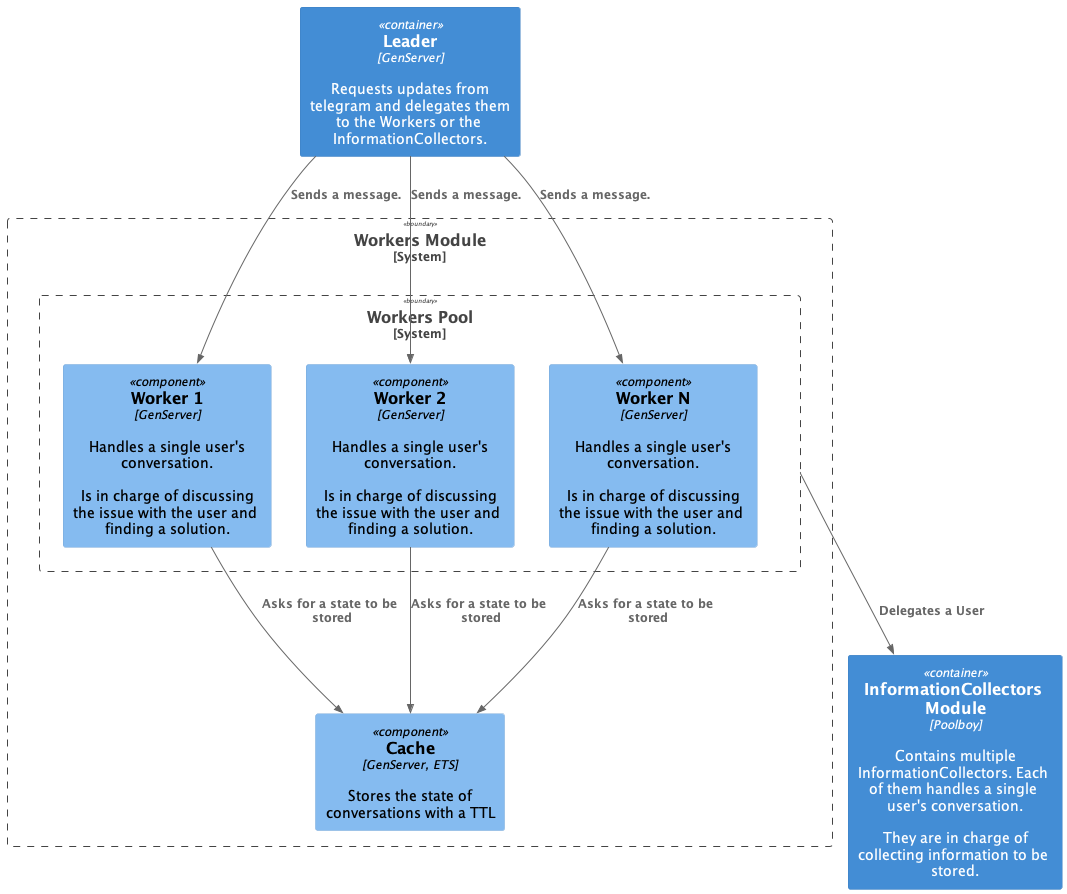
Earlier version of the PlantUML export doc/ComponentWorker.png (TsolidarioFG/2024-Ecos-do-Sur). Source of this version:
```plantuml
@startuml ComponentWorker
!include <C4/C4_Component>
Container(Leader, "Leader", "GenServer", "Requests updates from telegram and delegates them to the Workers or the InformationCollectors.")
System_Boundary(boundary, "Workers Module") {
    System_Boundary(workers, "Workers Pool") {
    Component(worker1, "Worker 1", "GenServer", "Handles a single user's conversation.\n\n Is in charge of discussing the issue with the user and finding a solution.")
    Component(worker2, "Worker 2", "GenServer", "Handles a single user's conversation.\n\n Is in charge of discussing the issue with the user and finding a solution.")
    Component(workerN, "Worker N", "GenServer", "Handles a single user's conversation.\n\n Is in charge of discussing the issue with the user and finding a solution.")
    }
    Component(cache, "Cache", "GenServer, ETS", "Stores the state of conversations with a TTL")
}
Container(informationCollectors, "InformationCollectors Module", "Poolboy", "Contains multiple InformationCollectors. Each of them handles a single user's conversation.\n\n They are in charge of collecting information to be stored.")

Rel(Leader, worker1, "Sends a message.")
Rel(Leader, worker2, "Sends a message.")
Rel(Leader, workerN, "Sends a message.")

Rel(worker1, cache, "Asks for a state to be stored")
Rel(worker2, cache, "Asks for a state to be stored")
Rel(workerN, cache, "Asks for a state to be stored")

Rel(workers, informationCollectors, "Delegates a User")

@enduml
```
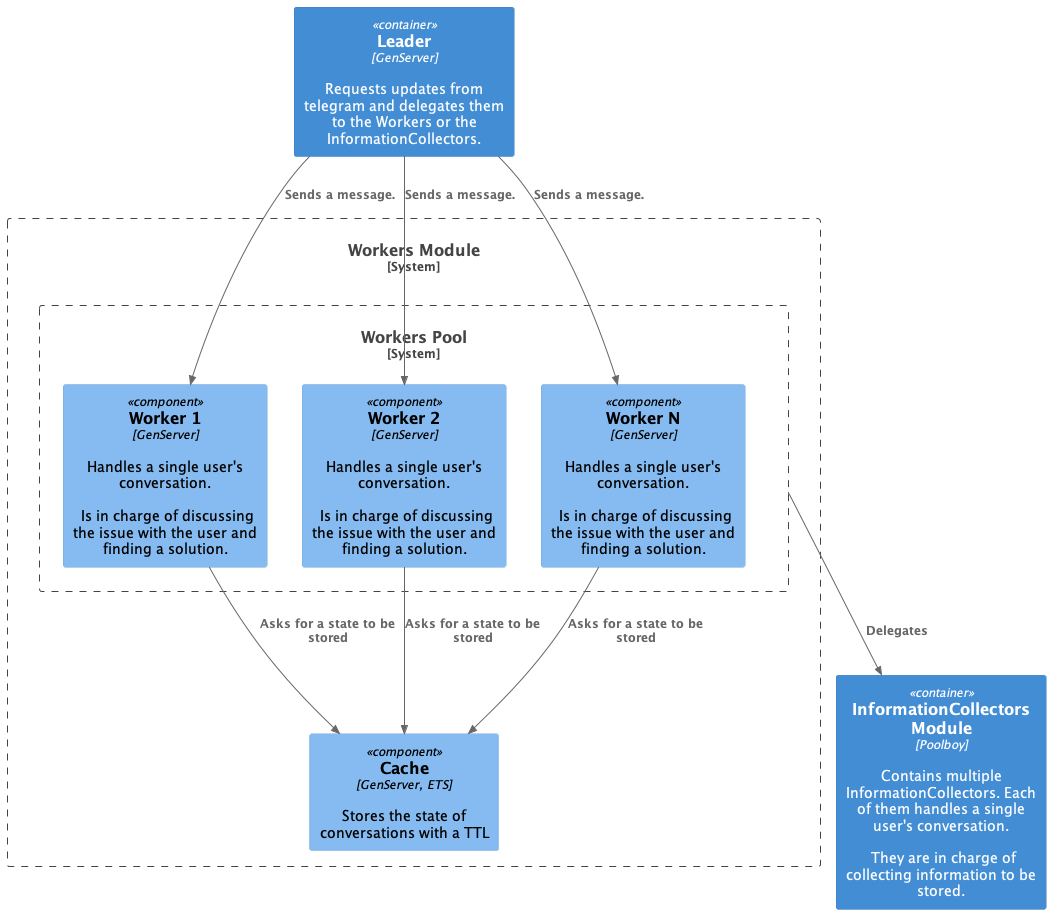
Above is the later version.

Diff of the diagram source:
```diff
@@ -19,6 +19,6 @@
 Rel(worker2, cache, "Asks for a state to be stored")
 Rel(workerN, cache, "Asks for a state to be stored")
 
-Rel(workers, informationCollectors, "Delegates a User")
+Rel(workers, informationCollectors, "Delegates")
 
 @enduml
```
